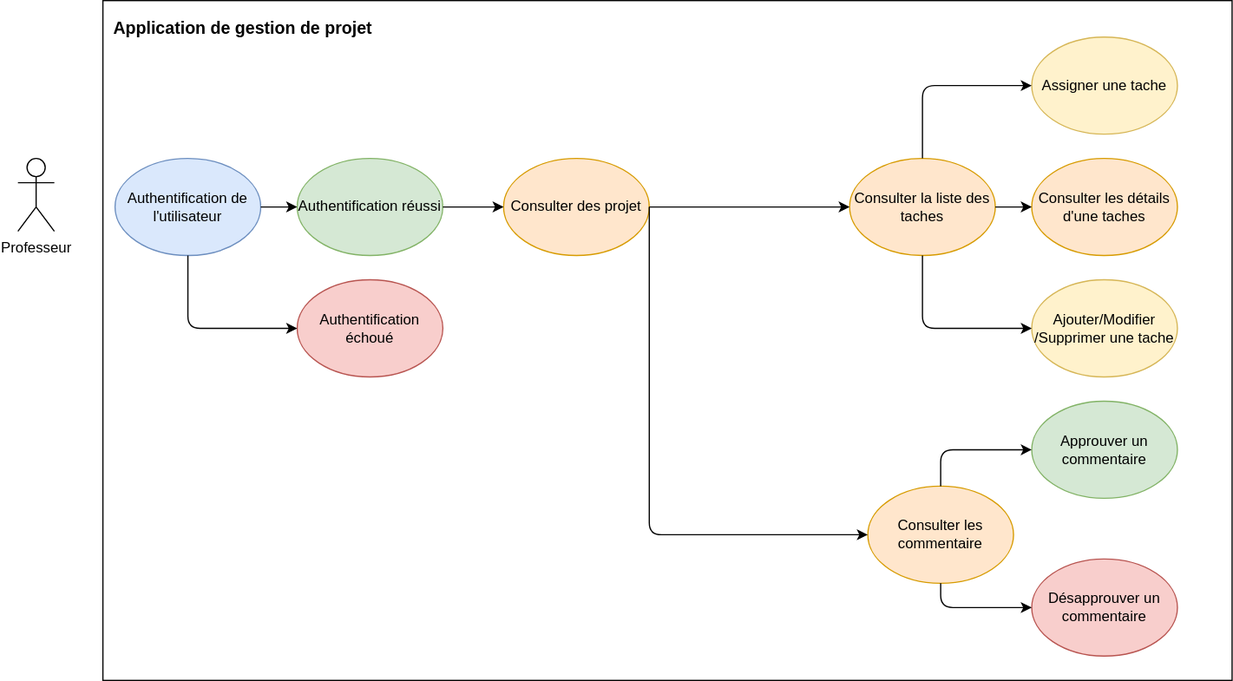
Before: DCU/DCU_Professeur.svg, a diagram exported from draw.io (EducaOps/EducaOps). Source tidied: cells renumbered, new cells last; positions are measured from the earlier drawing's top-left corner, leaving out a move shared by most shapes.
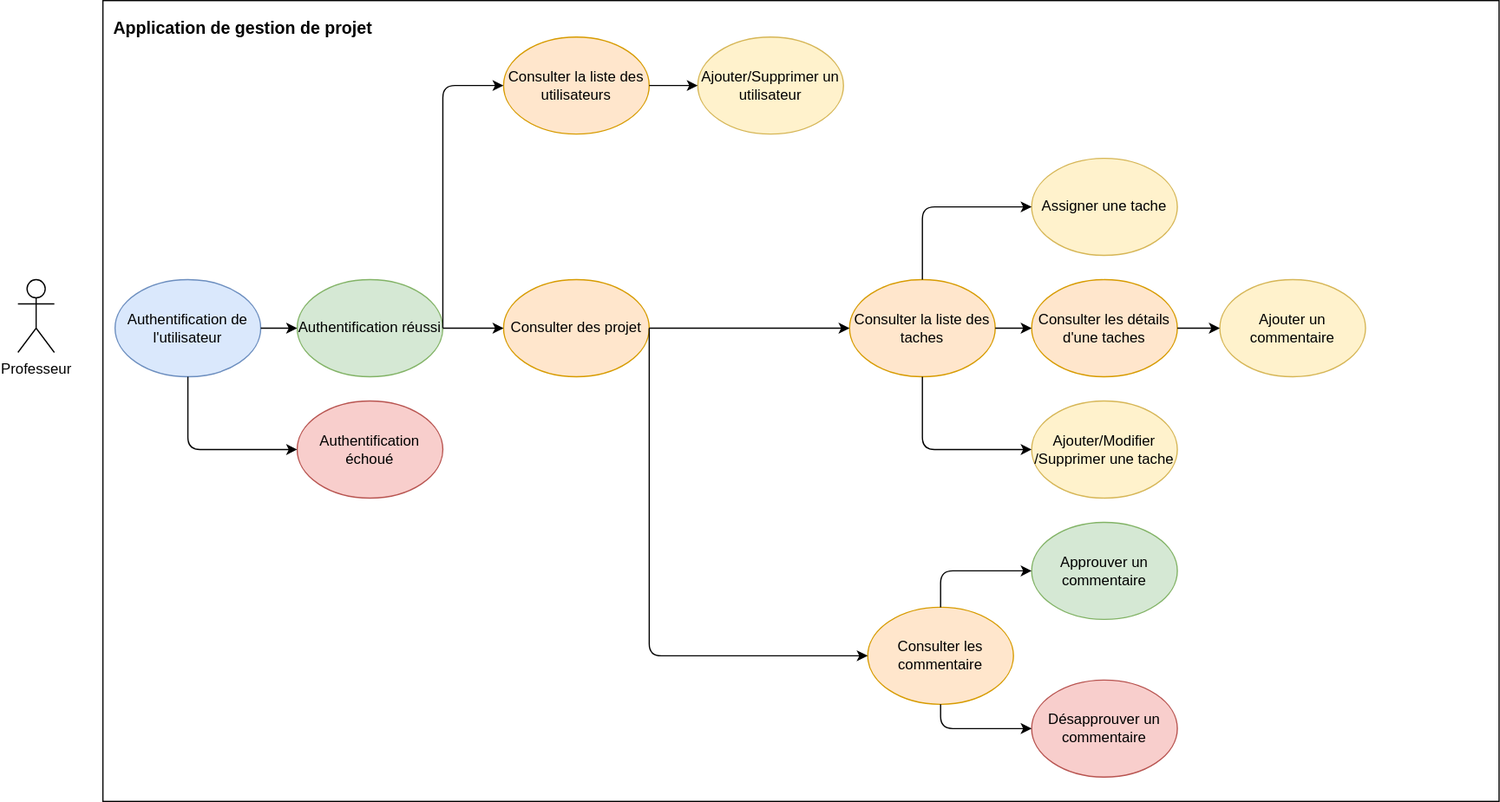
After the change.

Diff of the diagram source:
```diff
@@ -6,13 +6,13 @@
       <mxGeometry y="130" width="30" height="60" as="geometry" />
     </mxCell>
     <mxCell id="3" style="rounded=0;whiteSpace=wrap;html=1;align=left;" parent="1" vertex="1">
-      <mxGeometry x="70" width="930" height="560" as="geometry" />
+      <mxGeometry x="70" y="-100" width="1150" height="660" as="geometry" />
     </mxCell>
     <mxCell id="4" value="Consulter des projet" style="ellipse;whiteSpace=wrap;html=1;fillColor=#ffe6cc;strokeColor=#d79b00;" parent="1" vertex="1">
       <mxGeometry x="400" y="130" width="120" height="80" as="geometry" />
     </mxCell>
     <mxCell id="5" value="&lt;font style=&quot;font-size: 14px&quot;&gt;Application de gestion de projet&lt;/font&gt;" style="text;strokeColor=none;fillColor=none;html=1;fontSize=24;fontStyle=1;verticalAlign=middle;align=center;" parent="1" vertex="1">
-      <mxGeometry x="70" width="230" height="40" as="geometry" />
+      <mxGeometry x="70" y="-100" width="230" height="40" as="geometry" />
     </mxCell>
     <mxCell id="6" value="Consulter la liste des taches" style="ellipse;whiteSpace=wrap;html=1;fillColor=#ffe6cc;strokeColor=#d79b00;" parent="1" vertex="1">
       <mxGeometry x="685" y="130" width="120" height="80" as="geometry" />
@@ -102,5 +102,29 @@
         </Array>
       </mxGeometry>
     </mxCell>
+    <mxCell id="26" value="Ajouter un commentaire" style="ellipse;whiteSpace=wrap;html=1;fillColor=#fff2cc;strokeColor=#d6b656;" parent="1" vertex="1">
+      <mxGeometry x="990" y="130" width="120" height="80" as="geometry" />
+    </mxCell>
+    <mxCell id="27" style="endArrow=classic;html=1;exitX=1;exitY=0.5;exitDx=0;exitDy=0;" parent="1" edge="1" source="7" target="26">
+      <mxGeometry relative="1" as="geometry" />
+    </mxCell>
+    <mxCell id="28" value="Consulter la liste des utilisateurs" style="ellipse;whiteSpace=wrap;html=1;fillColor=#ffe6cc;strokeColor=#d79b00;" parent="1" vertex="1">
+      <mxGeometry x="400" y="-70" width="120" height="80" as="geometry" />
+    </mxCell>
+    <mxCell id="29" value="Ajouter/Supprimer un utilisateur" style="ellipse;whiteSpace=wrap;html=1;fillColor=#fff2cc;strokeColor=#d6b656;" parent="1" vertex="1">
+      <mxGeometry x="560" y="-70" width="120" height="80" as="geometry" />
+    </mxCell>
+    <mxCell id="30" style="endArrow=classic;html=1;exitX=1;exitY=0.5;exitDx=0;exitDy=0;entryX=0;entryY=0.5;entryDx=0;entryDy=0;" parent="1" edge="1" source="28" target="29">
+      <mxGeometry relative="1" as="geometry" />
+    </mxCell>
+    <mxCell id="31" style="edgeStyle=elbowEdgeStyle;elbow=vertical;endArrow=classic;html=1;entryX=0;entryY=0.5;entryDx=0;entryDy=0;exitX=1;exitY=0.5;exitDx=0;exitDy=0;" parent="1" edge="1" source="13" target="28">
+      <mxGeometry relative="1" as="geometry">
+        <Array as="points">
+          <mxPoint x="370" y="-30" />
+          <mxPoint x="260" y="-40" />
+          <mxPoint x="175" y="-150" />
+        </Array>
+      </mxGeometry>
+    </mxCell>
   </root>
 </mxGraphModel>
```
